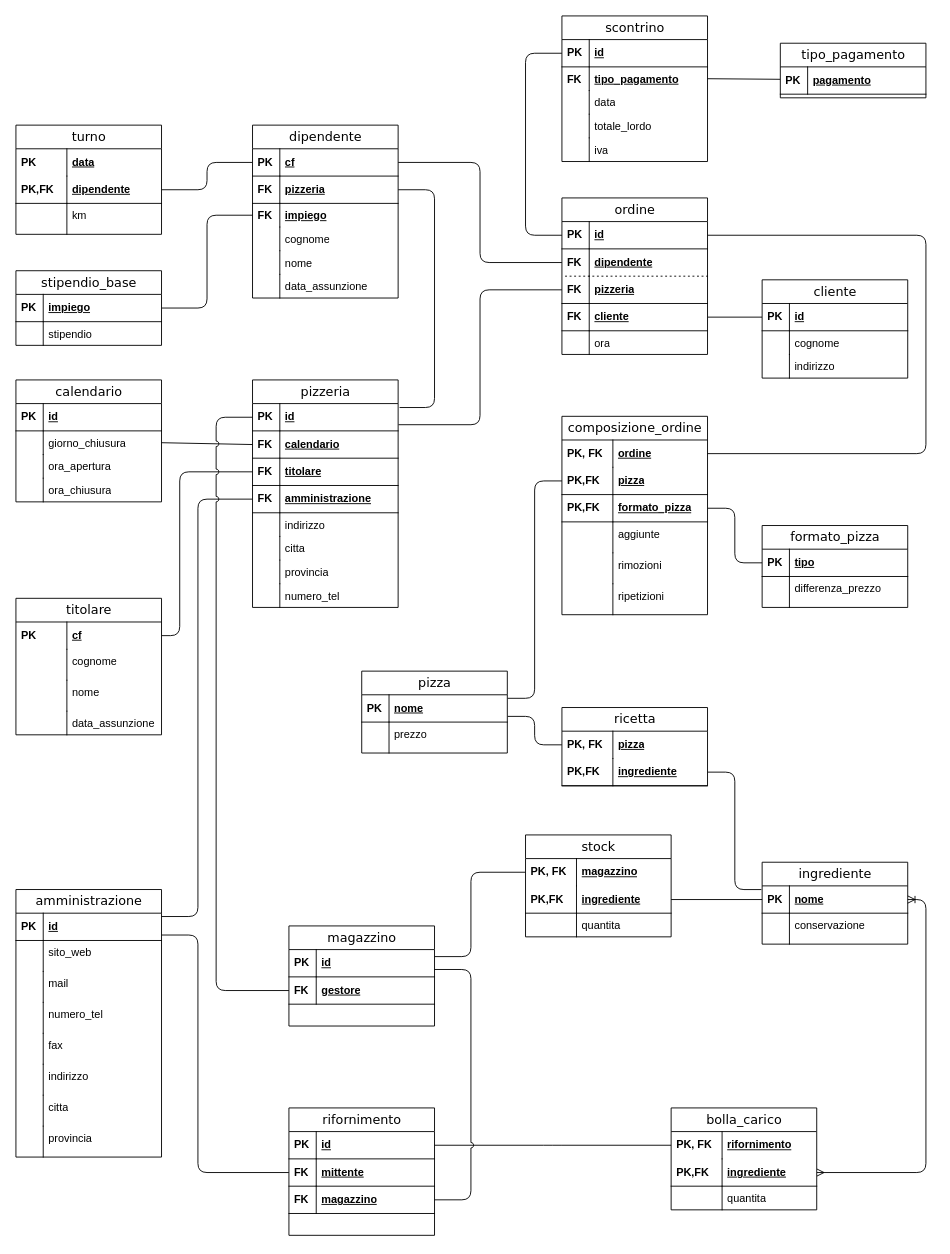
The draw.io diagram Draw/PaduPizzaRelazionale.drawio in NicholasPilotto/PaduPizza, before the edit. Source tidied: cells renumbered, new cells numbered last; positions are measured from the earlier drawing's top-left corner, leaving out a move shared by most shapes. Both pictures are drawn from the tidied source at 91%, with x=0, y=0 at pixel (15, 15).
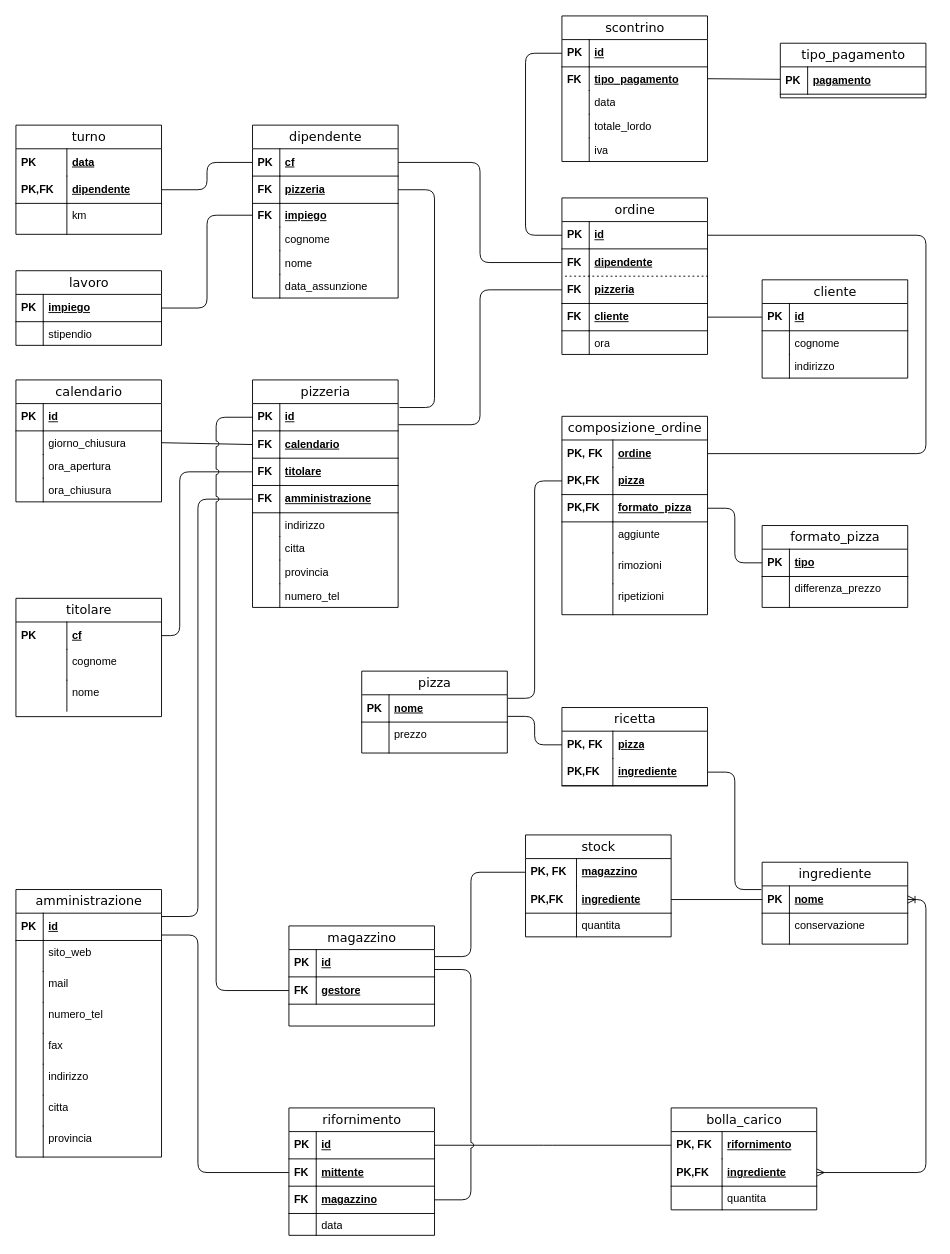
The same diagram, later.

The change refers to these unchanged cells:
```xml
<mxCell id="137" value="rifornimento" style="swimlane;html=1;fontStyle=0;horizontal=1;startSize=26;swimlaneFillColor=#ffffff;align=center;rounded=0;shadow=0;comic=0;labelBackgroundColor=none;strokeWidth=1;fontFamily=Verdana;fontSize=14;fillColor=#FFFFFF;fontColor=#000000;" parent="1" vertex="1">
  <mxGeometry x="300" y="1200" width="160" height="140" as="geometry" />
</mxCell>
```

What changed in the source:
```diff
@@
-    <mxCell id="55" value="stipendio_base" style="swimlane;html=1;fontStyle=0;horizontal=1;startSize=26;swimlaneFillColor=#ffffff;align=center;rounded=0;shadow=0;comic=0;labelBackgroundColor=none;strokeWidth=1;fontFamily=Verdana;fontSize=14;swimlaneLine=1;fillColor=#FFFFFF;fontColor=#000000;" parent="1" vertex="1">
+    <mxCell id="55" value="lavoro" style="swimlane;html=1;fontStyle=0;horizontal=1;startSize=26;swimlaneFillColor=#ffffff;align=center;rounded=0;shadow=0;comic=0;labelBackgroundColor=none;strokeWidth=1;fontFamily=Verdana;fontSize=14;swimlaneLine=1;fillColor=#FFFFFF;fontColor=#000000;" parent="1" vertex="1">
       <mxGeometry y="280" width="160" height="82" as="geometry" />
     </mxCell>
@@
     <mxCell id="61" value="titolare" style="swimlane;html=1;fontStyle=0;horizontal=1;startSize=26;swimlaneFillColor=#ffffff;align=center;rounded=0;shadow=0;comic=0;labelBackgroundColor=none;strokeWidth=1;fontFamily=Verdana;fontSize=14;fillColor=#FFFFFF;fontColor=#000000;" parent="1" vertex="1">
-      <mxGeometry y="640" width="160" height="150" as="geometry" />
+      <mxGeometry y="640" width="160" height="130" as="geometry" />
     </mxCell>
@@
-    <mxCell id="68" value="data_assunzione" style="shape=partialRectangle;top=0;left=0;right=0;bottom=0;html=1;align=left;verticalAlign=top;fillColor=none;spacingLeft=60;spacingRight=4;whiteSpace=wrap;overflow=hidden;fontColor=#000000;" parent="61" vertex="1">
-      <mxGeometry y="124" width="160" height="26" as="geometry" />
-    </mxCell>
-    <mxCell id="69" style="shape=partialRectangle;top=0;left=0;bottom=0;html=1;fillColor=none;align=left;verticalAlign=top;spacingLeft=4;spacingRight=4;whiteSpace=wrap;overflow=hidden;fontColor=#000000;" parent="68" vertex="1">
-      <mxGeometry width="56" height="26" as="geometry" />
-    </mxCell>
@@
+    <mxCell id="193" value="data" style="shape=partialRectangle;top=0;left=0;right=0;bottom=0;html=1;align=left;verticalAlign=top;fillColor=none;spacingLeft=34;spacingRight=4;whiteSpace=wrap;overflow=hidden;fontColor=#000000;" parent="137" vertex="1">
+      <mxGeometry y="116" width="160" height="24" as="geometry" />
+    </mxCell>
+    <mxCell id="194" style="shape=partialRectangle;top=0;left=0;bottom=0;html=1;fillColor=none;align=left;verticalAlign=top;spacingLeft=4;spacingRight=4;whiteSpace=wrap;overflow=hidden;fontColor=#000000;" parent="193" vertex="1">
+      <mxGeometry width="30" height="24" as="geometry" />
+    </mxCell>
```
